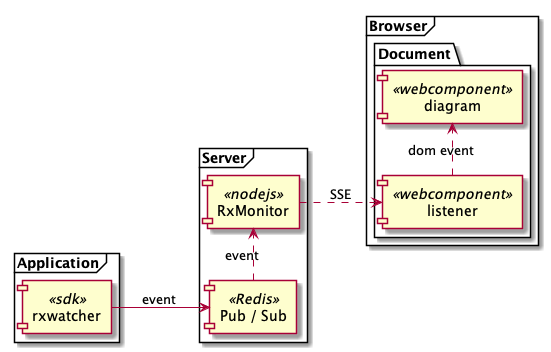
bsorrentino/RxMonitor keeps this PlantUML diagram as architecture.png. Above is the earlier version.
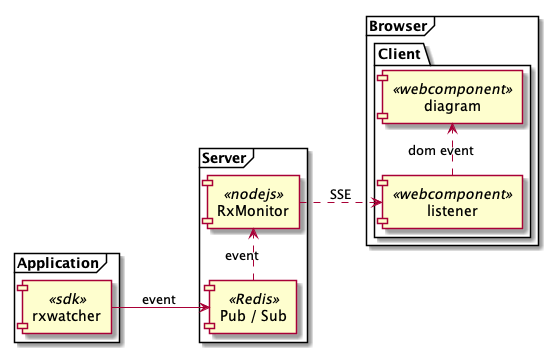
Above is the later version.

Change to the diagram source:
```diff
@@ -14,7 +14,7 @@
 }
 
 frame "Browser" {
-  package "Document" {
+  package "Client" {
     [listener] as listener << webcomponent >>
     [diagram] as diagram << webcomponent >>
   }
```
